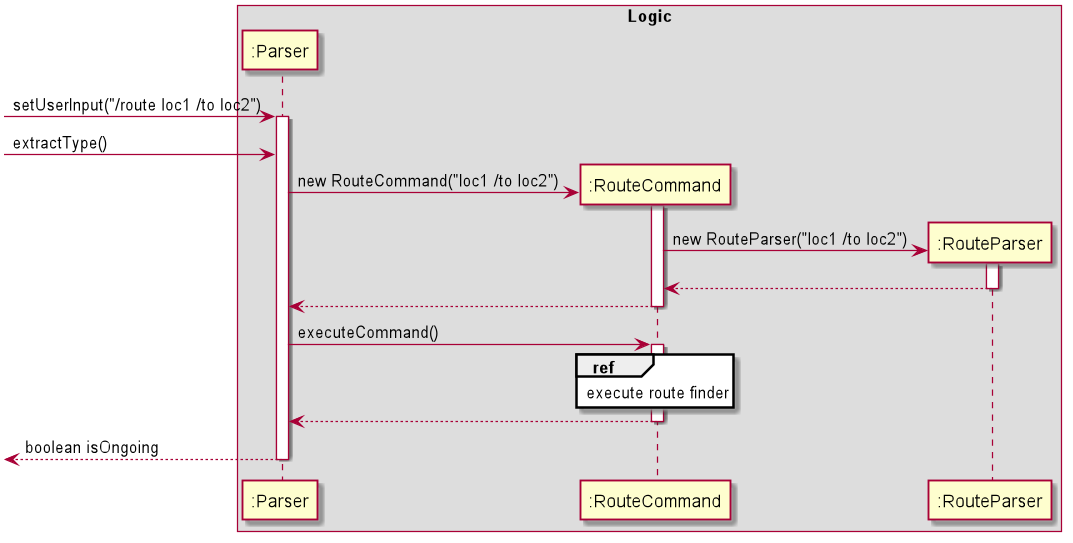
The PlantUML diagram docs/DG_Diagrams/RouteCommand.png in nus-cs2113-AY2021S1/tp, before a commit.
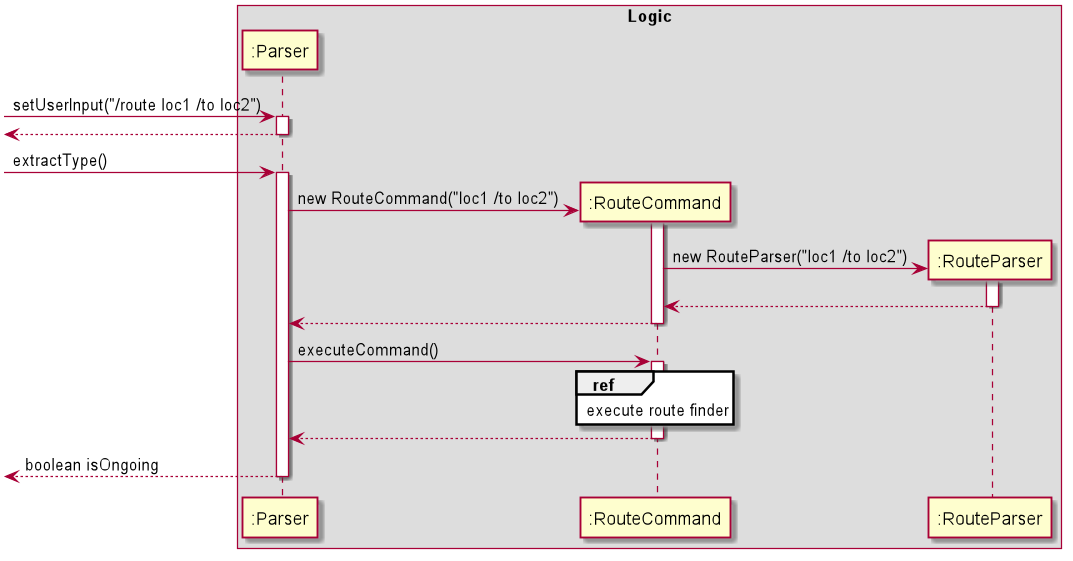
After the commit.

Diff of the diagram source:
```diff
@@ -2,8 +2,11 @@
 box Logic
 [-> ":Parser": setUserInput("/route loc1 /to loc2")
 activate ":Parser"
+[<--":Parser"
+deactivate ":Parser"
+
 [-> ":Parser": extractType()
-
+activate ":Parser"
 create ":RouteCommand"
 ":Parser" -> ":RouteCommand":new RouteCommand("loc1 /to loc2")
 activate ":RouteCommand"
```
